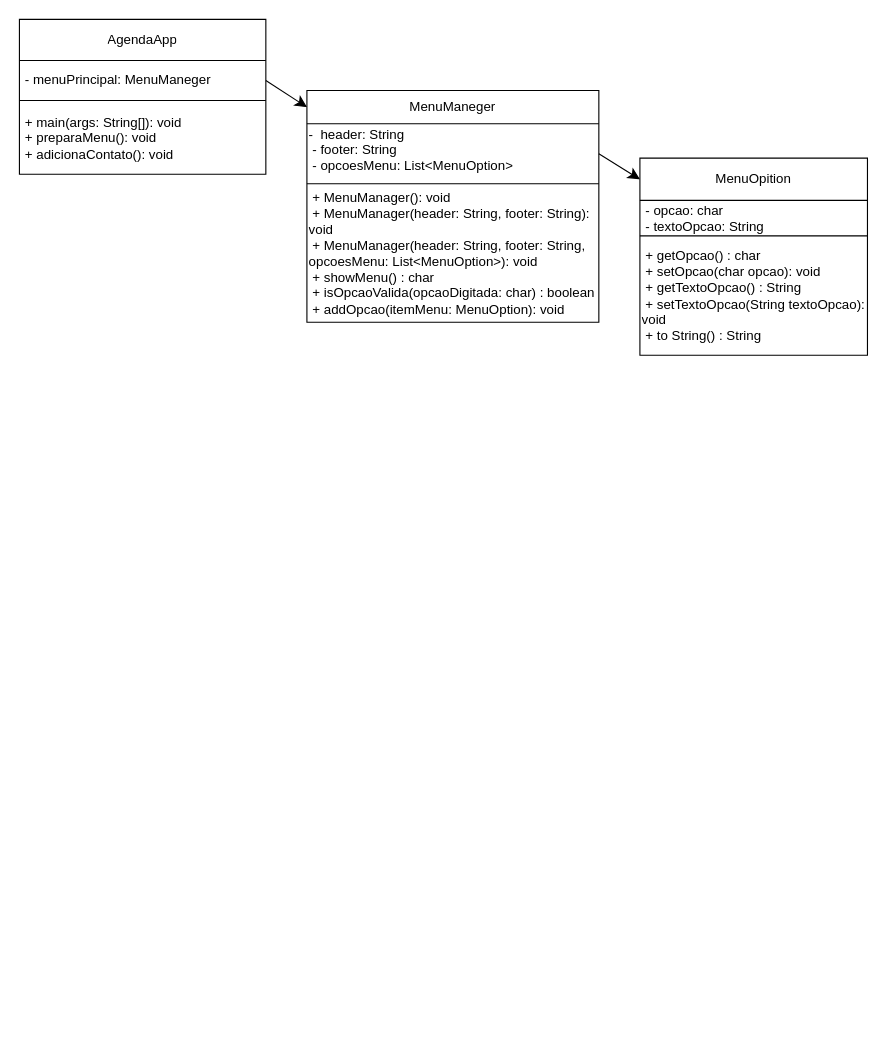
Above: t7iyiuiu.drawio in sanabrii/POO-AgendaApp (draw.io), before the change. Source tidied: cells renumbered, new cells numbered last; positions are measured from the earlier drawing's top-left corner, leaving out a move shared by most shapes. Both pictures are drawn from the tidied source at 111%, with x=0, y=0 at pixel (19, 19).
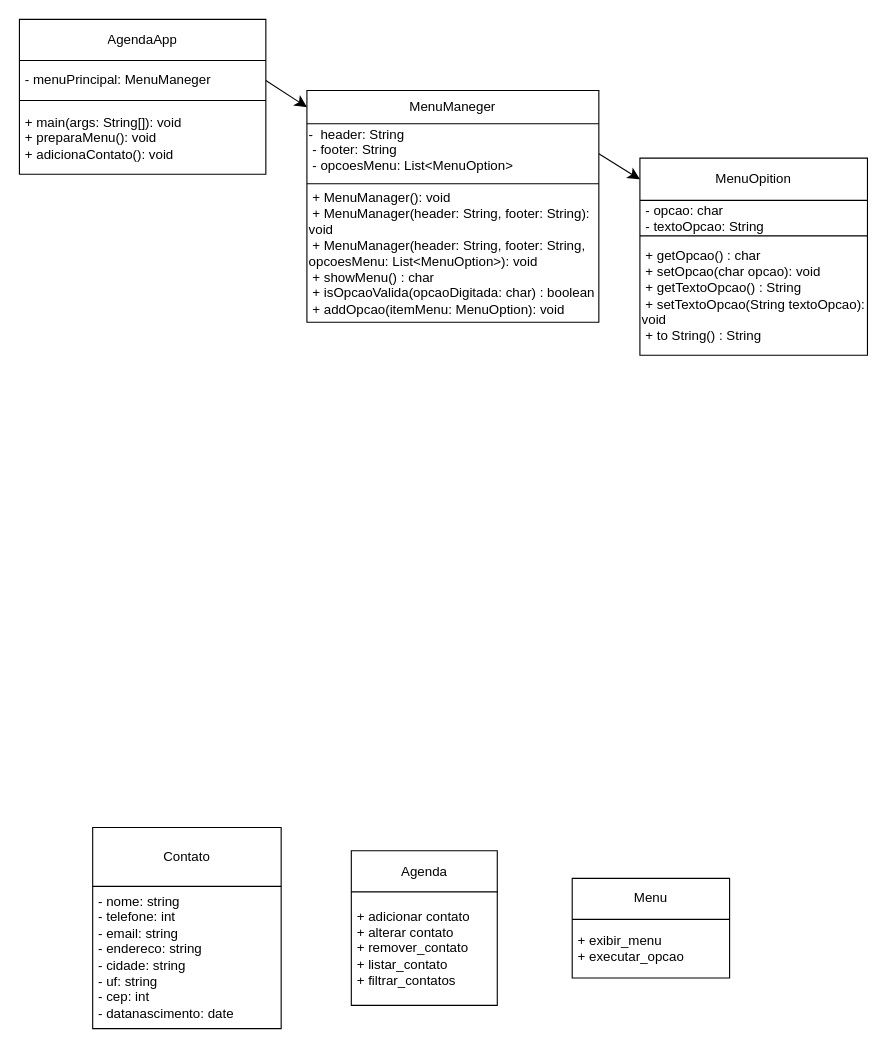
The same page after the edit.

The edit, as a diff of the source:
```diff
@@
+    <mxCell id="26" style="shape=table;startSize=0;childLayout=tableLayout;" parent="1" vertex="1">
+      <mxGeometry x="66" y="728" width="169.8" height="181.2" as="geometry" />
+    </mxCell>
+    <mxCell id="27" style="shape=tableRow;horizontal=0;startSize=0;swimlaneHead=0;swimlaneBody=0;strokeColor=inherit;top=0;left=0;bottom=0;right=0;fillColor=none;" parent="26" vertex="1">
+      <mxGeometry width="169.8" height="53" as="geometry" />
+    </mxCell>
+    <mxCell id="28" value="Contato" style="shape=partialRectangle;html=1;whiteSpace=wrap;strokeColor=inherit;overflow=hidden;fillColor=none;top=0;left=0;bottom=0;right=0;" parent="27" vertex="1">
+      <mxGeometry width="170" height="53" as="geometry" />
+    </mxCell>
+    <mxCell id="29" style="shape=tableRow;horizontal=0;startSize=0;swimlaneHead=0;swimlaneBody=0;strokeColor=inherit;top=0;left=0;bottom=0;right=0;fillColor=none;" parent="26" vertex="1">
+      <mxGeometry y="53" width="169.8" height="128" as="geometry" />
+    </mxCell>
+    <mxCell id="30" value="&amp;nbsp;- nome: string&lt;div&gt;&amp;nbsp;- telefone: int&lt;/div&gt;&lt;div&gt;&amp;nbsp;- email: string&lt;/div&gt;&lt;div&gt;&amp;nbsp;- endereco: string&lt;/div&gt;&lt;div&gt;&amp;nbsp;- cidade: string&lt;/div&gt;&lt;div&gt;&amp;nbsp;- uf: string&lt;/div&gt;&lt;div&gt;&amp;nbsp;- cep: int&lt;/div&gt;&lt;div&gt;&amp;nbsp;- datanascimento: date&lt;/div&gt;" style="shape=partialRectangle;html=1;whiteSpace=wrap;strokeColor=inherit;overflow=hidden;fillColor=none;top=0;left=0;bottom=0;right=0;align=left;" parent="29" vertex="1">
+      <mxGeometry width="170" height="128" as="geometry" />
+    </mxCell>
+    <mxCell id="31" style="shape=table;startSize=0;childLayout=tableLayout;" parent="1" vertex="1">
+      <mxGeometry x="299" y="749" width="131.5" height="139.2" as="geometry" />
+    </mxCell>
+    <mxCell id="32" style="shape=tableRow;horizontal=0;startSize=0;swimlaneHead=0;swimlaneBody=0;strokeColor=inherit;top=0;left=0;bottom=0;right=0;fillColor=none;" parent="31" vertex="1">
+      <mxGeometry width="131.5" height="37" as="geometry" />
+    </mxCell>
+    <mxCell id="33" value="Agenda" style="shape=partialRectangle;html=1;whiteSpace=wrap;strokeColor=inherit;overflow=hidden;fillColor=none;top=0;left=0;bottom=0;right=0;" parent="32" vertex="1">
+      <mxGeometry width="132" height="37" as="geometry" />
+    </mxCell>
+    <mxCell id="34" style="shape=tableRow;horizontal=0;startSize=0;swimlaneHead=0;swimlaneBody=0;strokeColor=inherit;top=0;left=0;bottom=0;right=0;fillColor=none;" parent="31" vertex="1">
+      <mxGeometry y="37" width="131.5" height="102" as="geometry" />
+    </mxCell>
+    <mxCell id="35" value="&amp;nbsp;+ adicionar contato&lt;div&gt;&amp;nbsp;+ alterar contato&lt;/div&gt;&lt;div&gt;&amp;nbsp;&lt;span style=&quot;background-color: initial;&quot;&gt;+ remover_contato&lt;/span&gt;&lt;/div&gt;&lt;div&gt;&lt;span style=&quot;background-color: initial;&quot;&gt;&amp;nbsp;+ listar_contato&lt;/span&gt;&lt;/div&gt;&lt;div&gt;&lt;span style=&quot;background-color: initial;&quot;&gt;&amp;nbsp;&lt;/span&gt;&lt;span style=&quot;background-color: initial;&quot;&gt;+ filtrar_contatos&lt;/span&gt;&lt;/div&gt;" style="shape=partialRectangle;html=1;whiteSpace=wrap;strokeColor=inherit;overflow=hidden;fillColor=none;top=0;left=0;bottom=0;right=0;align=left;" parent="34" vertex="1">
+      <mxGeometry width="132" height="102" as="geometry" />
+    </mxCell>
+    <mxCell id="36" style="shape=table;startSize=0;childLayout=tableLayout;" parent="1" vertex="1">
+      <mxGeometry x="498" y="773.8" width="141.8" height="89.8" as="geometry" />
+    </mxCell>
+    <mxCell id="37" style="shape=tableRow;horizontal=0;startSize=0;swimlaneHead=0;swimlaneBody=0;strokeColor=inherit;top=0;left=0;bottom=0;right=0;fillColor=none;" parent="36" vertex="1">
+      <mxGeometry width="141.8" height="37" as="geometry" />
+    </mxCell>
+    <mxCell id="38" value="Menu" style="shape=partialRectangle;html=1;whiteSpace=wrap;strokeColor=inherit;overflow=hidden;fillColor=none;top=0;left=0;bottom=0;right=0;" parent="37" vertex="1">
+      <mxGeometry width="142" height="37" as="geometry" />
+    </mxCell>
+    <mxCell id="39" style="shape=tableRow;horizontal=0;startSize=0;swimlaneHead=0;swimlaneBody=0;strokeColor=inherit;top=0;left=0;bottom=0;right=0;fillColor=none;" parent="36" vertex="1">
+      <mxGeometry y="37" width="141.8" height="53" as="geometry" />
+    </mxCell>
+    <mxCell id="40" value="&amp;nbsp;+ exibir_menu&lt;div&gt;&amp;nbsp;+ executar_opcao&lt;/div&gt;" style="shape=partialRectangle;html=1;whiteSpace=wrap;strokeColor=inherit;overflow=hidden;fillColor=none;top=0;left=0;bottom=0;right=0;align=left;" parent="39" vertex="1">
+      <mxGeometry width="142" height="53" as="geometry" />
+    </mxCell>
```
